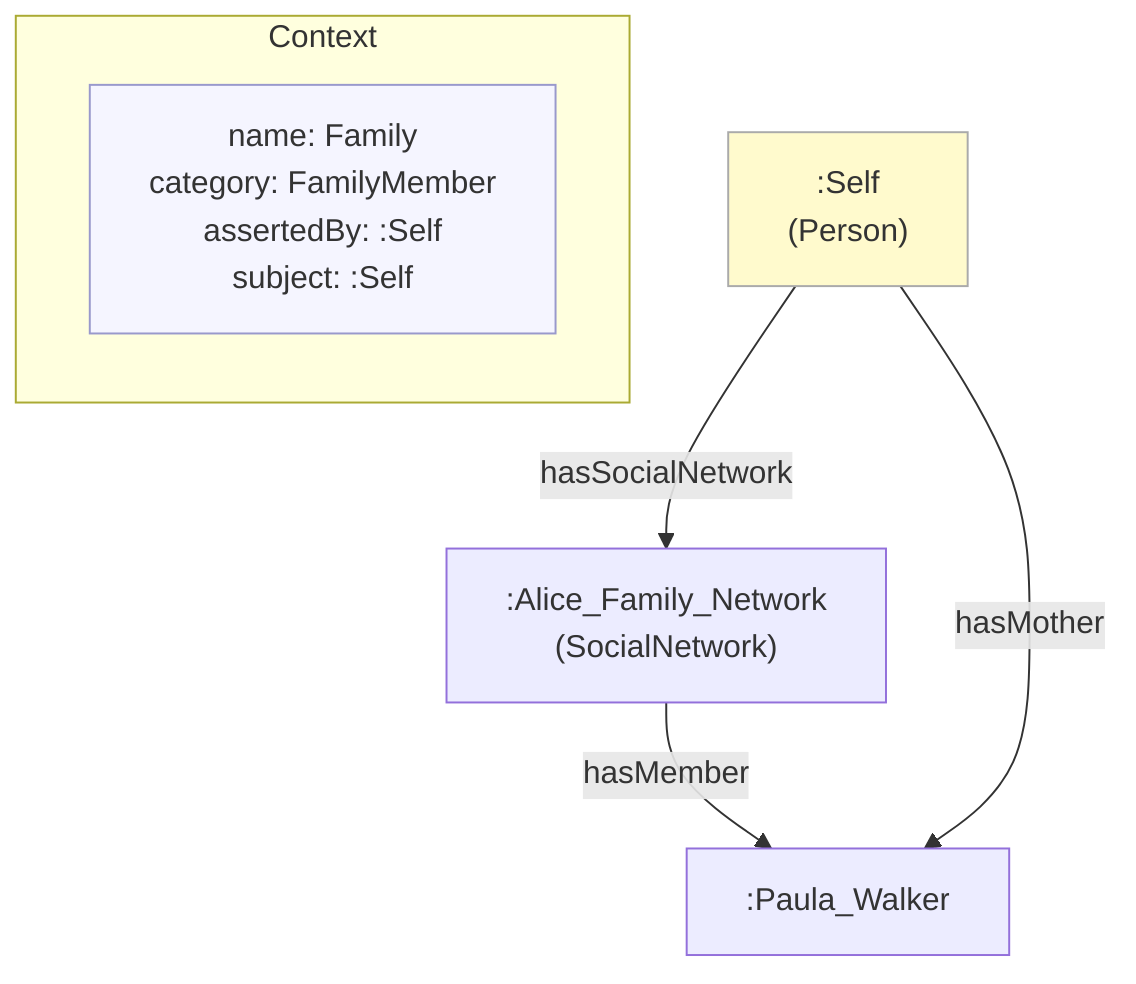
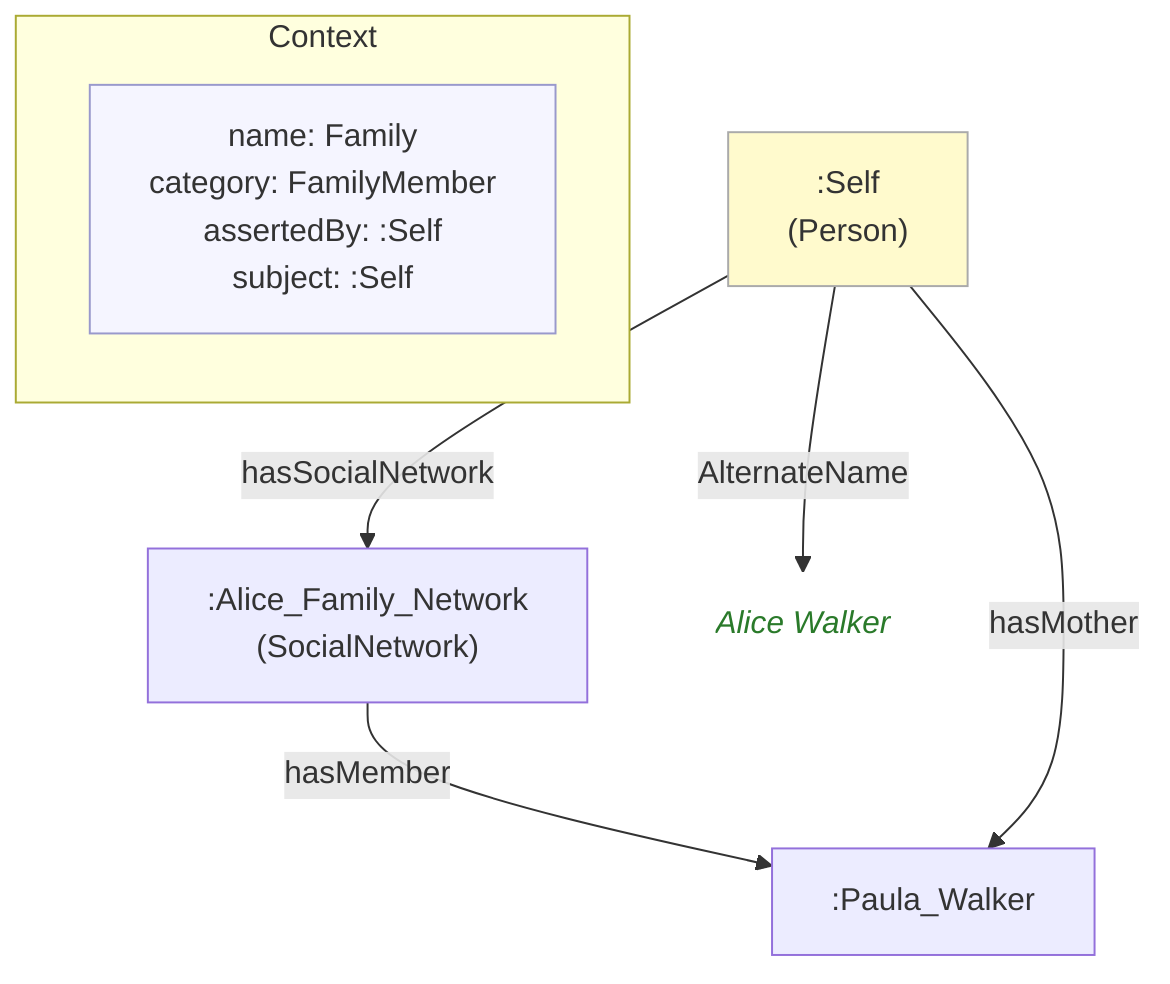
%% ContextCategory: context:FamilyMember
flowchart TD
    classDef person fill:#fffacd,stroke:#aaa,color:#333
    classDef grp    fill:#d4edda,stroke:#aaa,color:#333
    classDef org    fill:#cce5ff,stroke:#aaa,color:#333
    classDef lit    fill:none,stroke:none,font-style:italic,color:#2a7a2a
    classDef meta   fill:#f5f5ff,stroke:#9999cc,color:#333

    subgraph ctx["Context"]
        direction LR
        ctx_meta["name: Family\ncategory: FamilyMember\nassertedBy: :Self\nsubject: :Self"]:::meta
    end

    n29ddd4160a4b[":Alice_Family_Network\n(SocialNetwork)"]
    nb654756d5ced[":Paula_Walker"]
    ne0c3ba92f1db[":Self\n(Person)"]:::person
+     ne196380a6151("Alice Walker"):::lit

    n29ddd4160a4b -->|"hasMember"| nb654756d5ced
+     ne0c3ba92f1db -->|"AlternateName"| ne196380a6151
    ne0c3ba92f1db -->|"hasMother"| nb654756d5ced
    ne0c3ba92f1db -->|"hasSocialNetwork"| n29ddd4160a4b
